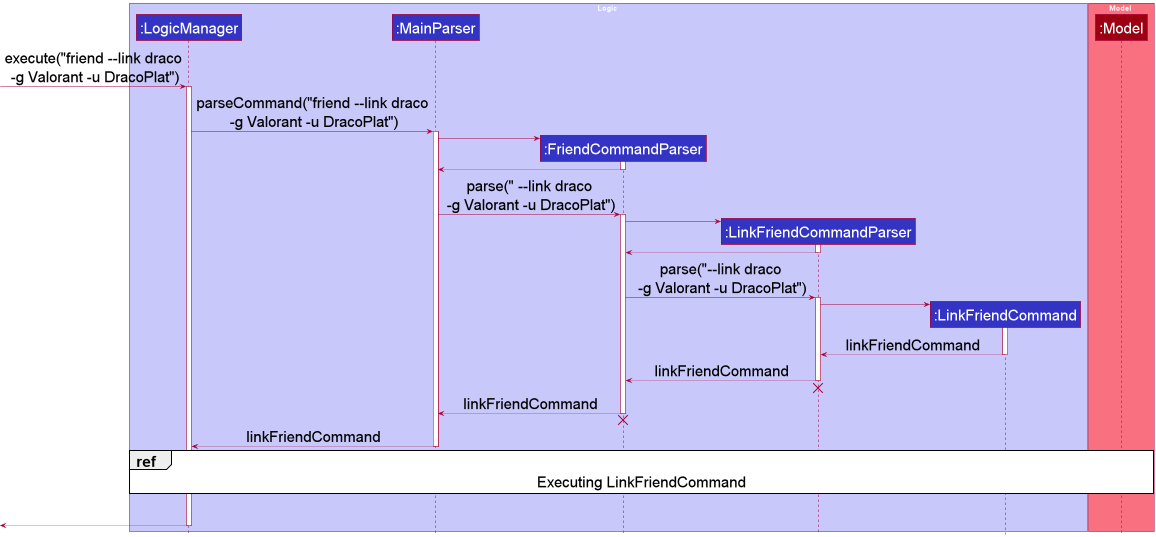
nus-cs2103-AY2122S1/tp keeps this PlantUML diagram as docs/images/LinkSequenceDiagram1.png. Above is the earlier version.
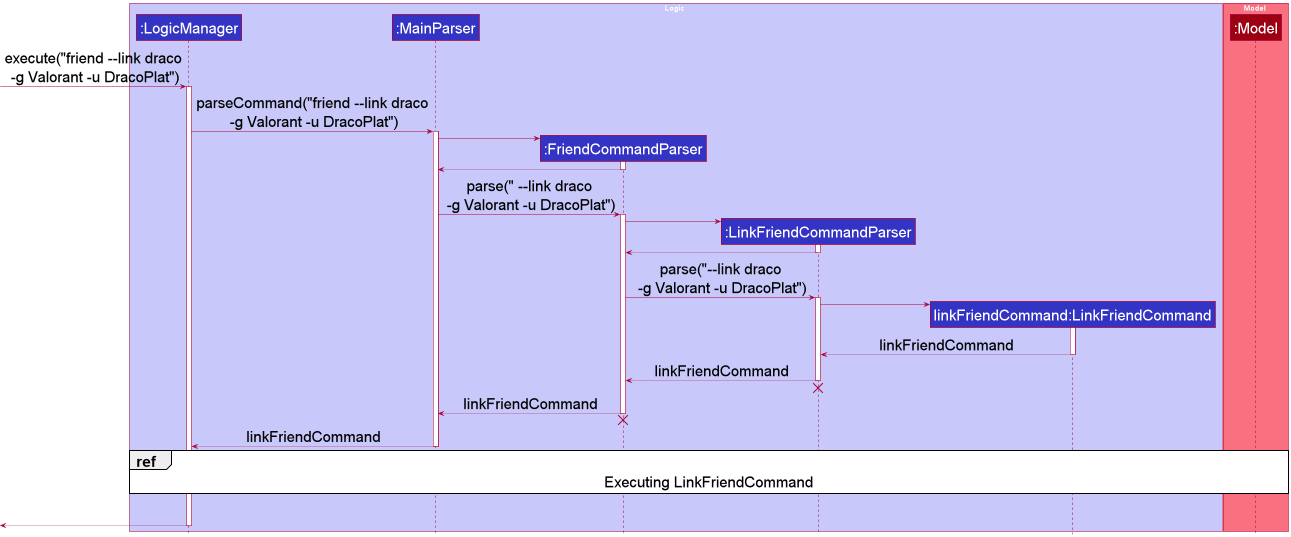
After the commit.

Commit message:
Update sequence diagrams

Change to the diagram source:
```diff
@@ -7,7 +7,7 @@
 participant ":MainParser" as MainParser LOGIC_COLOR
 participant ":FriendCommandParser" as FriendCommandParser LOGIC_COLOR
 participant ":LinkFriendCommandParser" as LinkFriendCommandParser LOGIC_COLOR
-participant ":LinkFriendCommand" as LinkFriendCommand LOGIC_COLOR
+participant "linkFriendCommand:LinkFriendCommand" as LinkFriendCommand LOGIC_COLOR
 end box
 
 box Model MODEL_COLOR_T1
```
